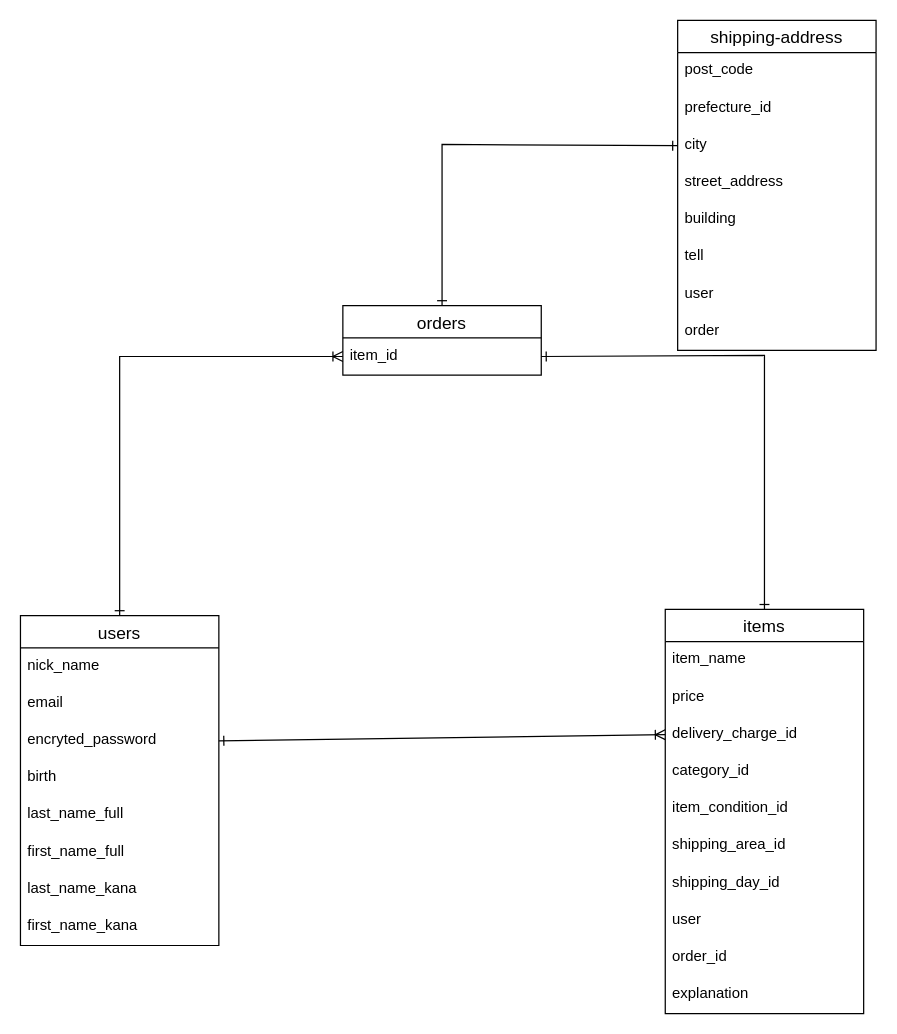
This is furima.dio from sayo1718/furima-39208, a draw.io file, before an edit. Source tidied: cells renumbered, new cells numbered last; positions are measured from the earlier drawing's top-left corner, leaving out a move shared by most shapes. Both pictures are drawn from the tidied source at 124%, with x=0, y=0 at pixel (20, 20).
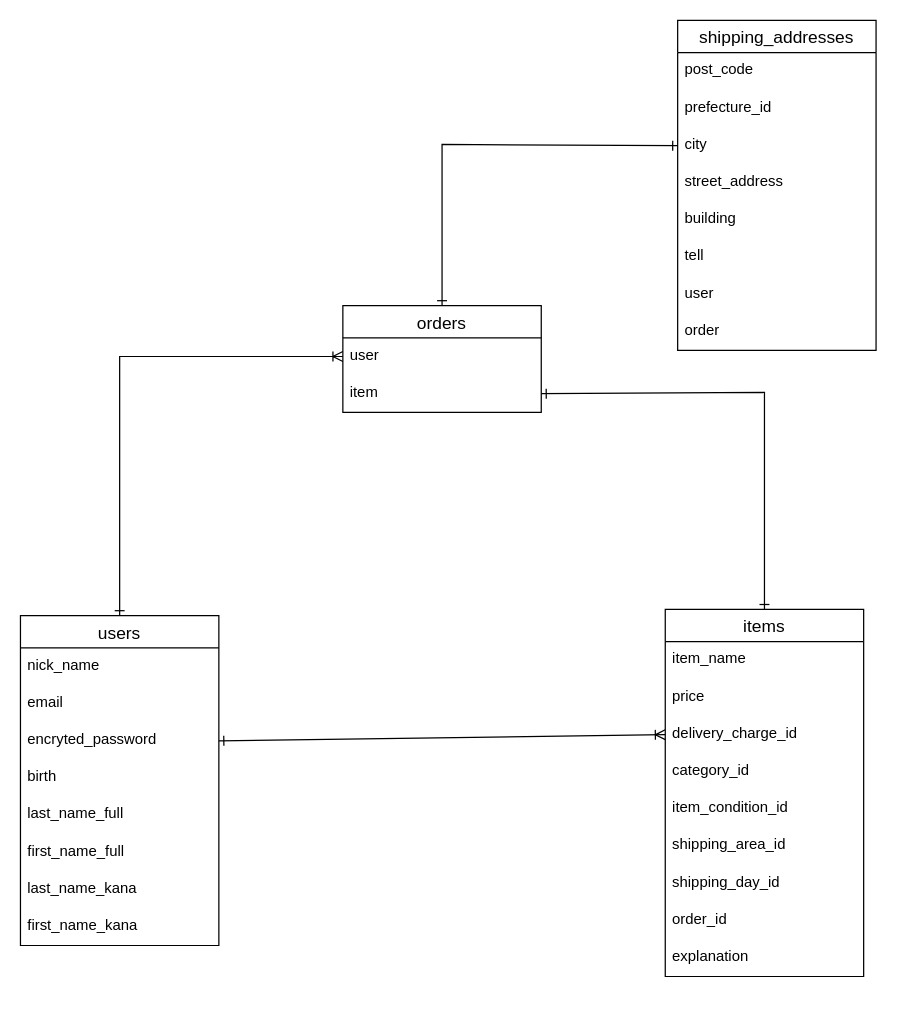
After the change.

Unchanged cells that the change refers to:
```xml
<mxCell id="3" value="users" style="swimlane;fontStyle=0;horizontal=1;startSize=26;align=center;fontSize=14;" parent="1" vertex="1">
  <mxGeometry y="480" width="160" height="266" as="geometry" />
</mxCell>
```

The edit, as a diff of the source:
```diff
@@
-    <mxCell id="2" style="edgeStyle=none;html=1;exitX=0.5;exitY=0;exitDx=0;exitDy=0;entryX=0;entryY=0.5;entryDx=0;entryDy=0;startArrow=ERone;startFill=0;endArrow=ERoneToMany;endFill=0;rounded=0;" parent="1" edge="1" source="3" target="35">
+    <mxCell id="2" style="edgeStyle=none;html=1;exitX=0.5;exitY=0;exitDx=0;exitDy=0;entryX=0;entryY=0.5;entryDx=0;entryDy=0;startArrow=ERone;startFill=0;endArrow=ERoneToMany;endFill=0;rounded=0;" parent="1" edge="1" source="3" target="21">
       <mxGeometry relative="1" as="geometry">
         <Array as="points">
           <mxPoint x="80" y="271" />
         </Array>
       </mxGeometry>
     </mxCell>
@@
     <mxCell id="12" style="edgeStyle=none;html=1;exitX=0.5;exitY=0;exitDx=0;exitDy=0;rounded=0;startArrow=ERone;startFill=0;endArrow=ERone;endFill=0;entryX=1;entryY=0.5;entryDx=0;entryDy=0;" parent="1" edge="1" source="13" target="35">
       <mxGeometry relative="1" as="geometry">
         <Array as="points">
-          <mxPoint x="600" y="270" />
+          <mxPoint x="600" y="300" />
         </Array>
       </mxGeometry>
     </mxCell>
     <mxCell id="13" value="items" style="swimlane;fontStyle=0;horizontal=1;startSize=26;align=center;fontSize=14;" parent="1" vertex="1">
-      <mxGeometry x="520" y="475" width="160" height="326" as="geometry" />
+      <mxGeometry x="520" y="475" width="160" height="296" as="geometry" />
     </mxCell>
@@
-    <mxCell id="21" value="user" style="text;strokeColor=none;fillColor=none;spacingLeft=4;spacingRight=4;overflow=hidden;points=[[0,0.5],[1,0.5]];portConstraint=eastwest;fontSize=12;" parent="13" vertex="1">
-      <mxGeometry y="236" width="160" height="30" as="geometry" />
-    </mxCell>
     <mxCell id="22" value="order_id" style="text;strokeColor=none;fillColor=none;spacingLeft=4;spacingRight=4;overflow=hidden;fontSize=12;" parent="13" vertex="1">
-      <mxGeometry y="266" width="160" height="30" as="geometry" />
+      <mxGeometry y="236" width="160" height="30" as="geometry" />
     </mxCell>
     <mxCell id="23" value="explanation" style="text;strokeColor=none;fillColor=none;spacingLeft=4;spacingRight=4;overflow=hidden;fontSize=12;" parent="13" vertex="1">
-      <mxGeometry y="296" width="160" height="30" as="geometry" />
+      <mxGeometry y="266" width="160" height="30" as="geometry" />
     </mxCell>
-    <mxCell id="24" value="shipping-address" style="swimlane;fontStyle=0;horizontal=1;startSize=26;align=center;fontSize=14;" parent="1" vertex="1">
+    <mxCell id="24" value="shipping_addresses" style="swimlane;fontStyle=0;horizontal=1;startSize=26;align=center;fontSize=14;" parent="1" vertex="1">
       <mxGeometry x="530" width="160" height="266" as="geometry" />
     </mxCell>
@@
     <mxCell id="34" value="orders" style="swimlane;fontStyle=0;horizontal=1;startSize=26;align=center;fontSize=14;" parent="1" vertex="1">
-      <mxGeometry x="260" y="230" width="160" height="56" as="geometry" />
+      <mxGeometry x="260" y="230" width="160" height="86" as="geometry" />
     </mxCell>
+    <mxCell id="21" value="user" style="text;strokeColor=none;fillColor=none;spacingLeft=4;spacingRight=4;overflow=hidden;points=[[0,0.5],[1,0.5]];portConstraint=eastwest;fontSize=12;" parent="34" vertex="1">
+      <mxGeometry y="26" width="160" height="30" as="geometry" />
+    </mxCell>
-    <mxCell id="35" value="item_id" style="text;strokeColor=none;fillColor=none;spacingLeft=4;spacingRight=4;overflow=hidden;points=[[0,0.5],[1,0.5]];portConstraint=eastwest;fontSize=12;" parent="34" vertex="1">
-      <mxGeometry y="26" width="160" height="30" as="geometry" />
+    <mxCell id="35" value="item" style="text;strokeColor=none;fillColor=none;spacingLeft=4;spacingRight=4;overflow=hidden;points=[[0,0.5],[1,0.5]];portConstraint=eastwest;fontSize=12;" parent="34" vertex="1">
+      <mxGeometry y="56" width="160" height="30" as="geometry" />
     </mxCell>
```
